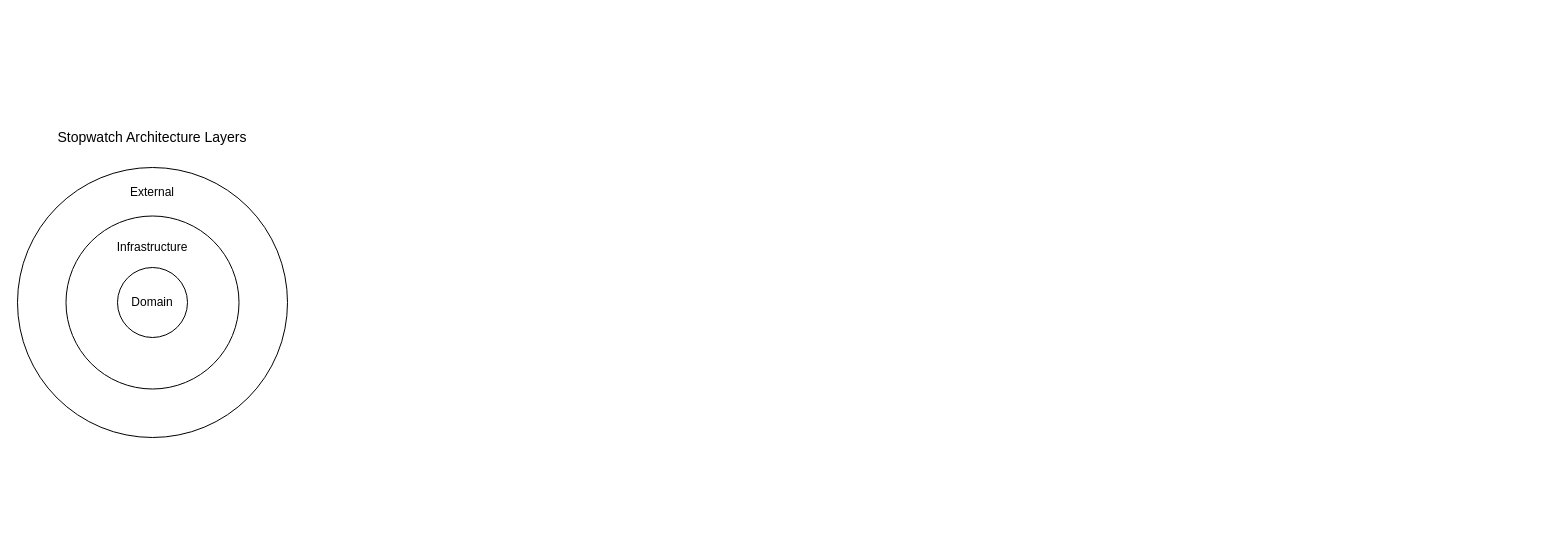
Before: docs/diagrams/architecture-layers.drawio in rafaeltmbr/Stopwatch, a draw.io diagram. Source tidied: cells renumbered, new cells numbered last; positions are measured from the earlier drawing's top-left corner, leaving out a move shared by most shapes. Both pictures are drawn from the tidied source at 100%, with x=0, y=0 at pixel (17, 127).
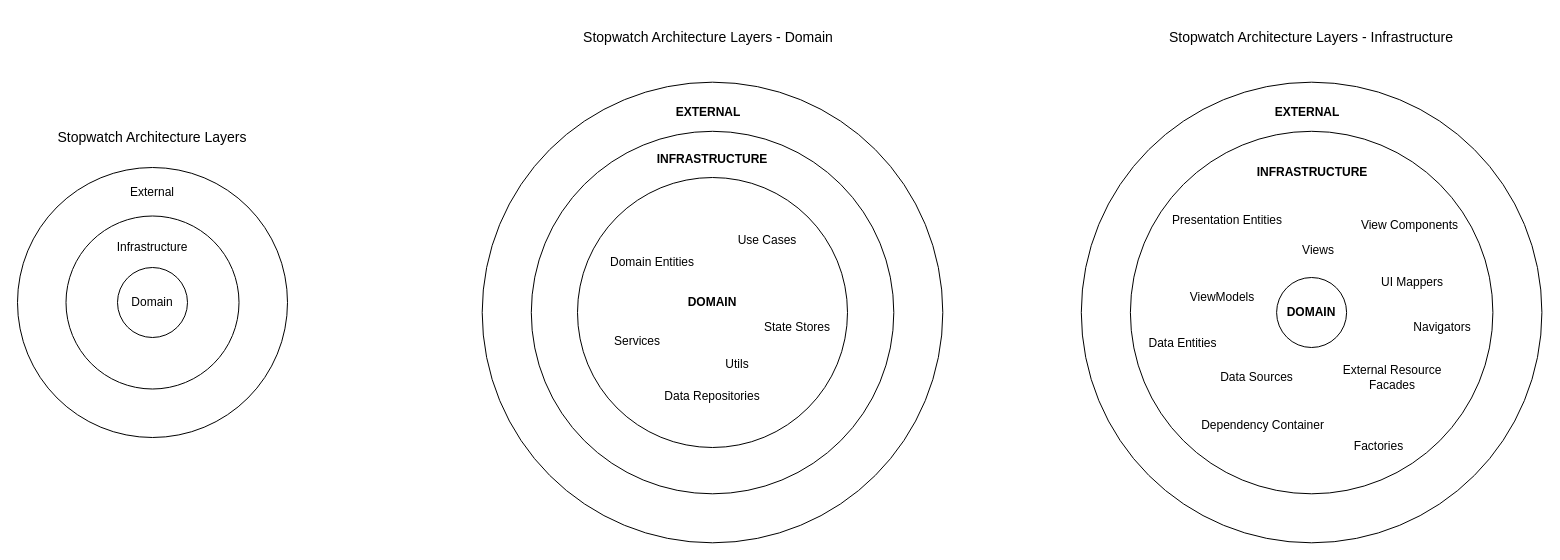
Above is the later version.

Commit message (it also covers changes not shown here):
docs: describe the infrastructure layer

What changed in the source:
```diff
@@
+    <mxCell id="8" style="ellipse;whiteSpace=wrap;html=1;fillColor=none;" parent="1" vertex="1">
+      <mxGeometry x="464.7" y="-45.3" width="460.6" height="460.6" as="geometry" />
+    </mxCell>
+    <mxCell id="9" style="ellipse;whiteSpace=wrap;html=1;fillColor=none;" parent="1" vertex="1">
+      <mxGeometry x="513.8" y="3.8" width="362.5" height="362.5" as="geometry" />
+    </mxCell>
@@
+    <mxCell id="10" style="ellipse;whiteSpace=wrap;html=1;fillColor=none;" parent="1" vertex="1">
+      <mxGeometry x="560" y="50" width="270" height="270" as="geometry" />
+    </mxCell>
+    <mxCell id="11" value="DOMAIN" style="text;html=1;strokeColor=none;fillColor=none;align=center;verticalAlign=middle;whiteSpace=wrap;rounded=0;fontStyle=1;" parent="1" vertex="1">
+      <mxGeometry x="665" y="160" width="60" height="30" as="geometry" />
+    </mxCell>
+    <mxCell id="12" value="Stopwatch Architecture Layers - Domain" style="text;html=1;strokeColor=none;fillColor=none;align=center;verticalAlign=middle;whiteSpace=wrap;rounded=0;fontSize=14;" parent="1" vertex="1">
+      <mxGeometry x="551.2" y="-110" width="280" height="40" as="geometry" />
+    </mxCell>
+    <mxCell id="13" value="Domain Entities" style="text;html=1;strokeColor=none;fillColor=none;align=center;verticalAlign=middle;whiteSpace=wrap;rounded=0;" parent="1" vertex="1">
+      <mxGeometry x="590" y="120" width="90" height="30" as="geometry" />
+    </mxCell>
+    <mxCell id="14" value="Services" style="text;html=1;strokeColor=none;fillColor=none;align=center;verticalAlign=middle;whiteSpace=wrap;rounded=0;" parent="1" vertex="1">
+      <mxGeometry x="560" y="201.5" width="120" height="25" as="geometry" />
+    </mxCell>
+    <mxCell id="15" value="Data Repositories" style="text;html=1;strokeColor=none;fillColor=none;align=center;verticalAlign=middle;whiteSpace=wrap;rounded=0;" parent="1" vertex="1">
+      <mxGeometry x="635" y="256.5" width="120" height="25" as="geometry" />
+    </mxCell>
+    <mxCell id="16" value="State Stores" style="text;html=1;strokeColor=none;fillColor=none;align=center;verticalAlign=middle;whiteSpace=wrap;rounded=0;" parent="1" vertex="1">
+      <mxGeometry x="725" y="190" width="110" height="20" as="geometry" />
+    </mxCell>
+    <mxCell id="17" value="Use Cases" style="text;html=1;strokeColor=none;fillColor=none;align=center;verticalAlign=middle;whiteSpace=wrap;rounded=0;" parent="1" vertex="1">
+      <mxGeometry x="690" y="100" width="120" height="25" as="geometry" />
+    </mxCell>
+    <mxCell id="18" value="INFRASTRUCTURE" style="text;html=1;strokeColor=none;fillColor=none;align=center;verticalAlign=middle;whiteSpace=wrap;rounded=0;fontStyle=1;" parent="1" vertex="1">
+      <mxGeometry x="630" y="17" width="130" height="30" as="geometry" />
+    </mxCell>
+    <mxCell id="19" value="EXTERNAL" style="text;html=1;strokeColor=none;fillColor=none;align=center;verticalAlign=middle;whiteSpace=wrap;rounded=0;fontStyle=1;" parent="1" vertex="1">
+      <mxGeometry x="626.2" y="-30" width="130" height="30" as="geometry" />
+    </mxCell>
+    <mxCell id="20" value="Utils" style="text;html=1;strokeColor=none;fillColor=none;align=center;verticalAlign=middle;whiteSpace=wrap;rounded=0;" parent="1" vertex="1">
+      <mxGeometry x="665" y="226.5" width="110" height="20" as="geometry" />
+    </mxCell>
+    <mxCell id="21" style="ellipse;whiteSpace=wrap;html=1;fillColor=none;" parent="1" vertex="1">
+      <mxGeometry x="1063.8" y="-45.3" width="460.6" height="460.6" as="geometry" />
+    </mxCell>
+    <mxCell id="22" style="ellipse;whiteSpace=wrap;html=1;fillColor=none;" parent="1" vertex="1">
+      <mxGeometry x="1112.9" y="3.8" width="362.5" height="362.5" as="geometry" />
+    </mxCell>
+    <mxCell id="23" value="Stopwatch Architecture Layers - Infrastructure" style="text;html=1;strokeColor=none;fillColor=none;align=center;verticalAlign=middle;whiteSpace=wrap;rounded=0;fontSize=14;" parent="1" vertex="1">
+      <mxGeometry x="1134.3" y="-110" width="319.7" height="40" as="geometry" />
+    </mxCell>
+    <mxCell id="24" value="Presentation Entities" style="text;html=1;strokeColor=none;fillColor=none;align=center;verticalAlign=middle;whiteSpace=wrap;rounded=0;" parent="1" vertex="1">
+      <mxGeometry x="1150.3" y="80" width="120" height="25" as="geometry" />
+    </mxCell>
+    <mxCell id="25" value="INFRASTRUCTURE" style="text;html=1;strokeColor=none;fillColor=none;align=center;verticalAlign=middle;whiteSpace=wrap;rounded=0;fontStyle=1;" parent="1" vertex="1">
+      <mxGeometry x="1230.3" y="30" width="130" height="30" as="geometry" />
+    </mxCell>
+    <mxCell id="26" value="EXTERNAL" style="text;html=1;strokeColor=none;fillColor=none;align=center;verticalAlign=middle;whiteSpace=wrap;rounded=0;fontStyle=1;" parent="1" vertex="1">
+      <mxGeometry x="1225.3" y="-30" width="130" height="30" as="geometry" />
+    </mxCell>
+    <mxCell id="27" value="DOMAIN" style="ellipse;whiteSpace=wrap;html=1;fillColor=none;fontStyle=1;" parent="1" vertex="1">
+      <mxGeometry x="1259.1" y="150" width="70" height="70" as="geometry" />
+    </mxCell>
+    <mxCell id="28" value="Views" style="text;html=1;strokeColor=none;fillColor=none;align=center;verticalAlign=middle;whiteSpace=wrap;rounded=0;" parent="1" vertex="1">
+      <mxGeometry x="1280.9" y="110" width="40" height="25" as="geometry" />
+    </mxCell>
+    <mxCell id="29" value="View Components" style="text;html=1;strokeColor=none;fillColor=none;align=center;verticalAlign=middle;whiteSpace=wrap;rounded=0;" parent="1" vertex="1">
+      <mxGeometry x="1340" y="80" width="104.7" height="35" as="geometry" />
+    </mxCell>
+    <mxCell id="30" value="ViewModels" style="text;html=1;strokeColor=none;fillColor=none;align=center;verticalAlign=middle;whiteSpace=wrap;rounded=0;" parent="1" vertex="1">
+      <mxGeometry x="1170" y="155" width="70" height="30" as="geometry" />
+    </mxCell>
+    <mxCell id="31" value="UI Mappers" style="text;html=1;strokeColor=none;fillColor=none;align=center;verticalAlign=middle;whiteSpace=wrap;rounded=0;" parent="1" vertex="1">
+      <mxGeometry x="1360.3" y="140" width="70" height="30" as="geometry" />
+    </mxCell>
+    <mxCell id="32" value="Navigators" style="text;html=1;strokeColor=none;fillColor=none;align=center;verticalAlign=middle;whiteSpace=wrap;rounded=0;" parent="1" vertex="1">
+      <mxGeometry x="1390" y="185" width="70" height="30" as="geometry" />
+    </mxCell>
+    <mxCell id="33" value="Data Entities" style="text;html=1;strokeColor=none;fillColor=none;align=center;verticalAlign=middle;whiteSpace=wrap;rounded=0;" parent="1" vertex="1">
+      <mxGeometry x="1114.6" y="204.5" width="100.9" height="23.5" as="geometry" />
+    </mxCell>
+    <mxCell id="34" value="Data Sources" style="text;html=1;strokeColor=none;fillColor=none;align=center;verticalAlign=middle;whiteSpace=wrap;rounded=0;" parent="1" vertex="1">
+      <mxGeometry x="1189.4" y="238" width="100.9" height="23.5" as="geometry" />
+    </mxCell>
+    <mxCell id="35" value="External Resource Facades" style="text;html=1;strokeColor=none;fillColor=none;align=center;verticalAlign=middle;whiteSpace=wrap;rounded=0;" parent="1" vertex="1">
+      <mxGeometry x="1304.7" y="233" width="140" height="33.5" as="geometry" />
+    </mxCell>
+    <mxCell id="36" value="Dependency Container" style="text;html=1;strokeColor=none;fillColor=none;align=center;verticalAlign=middle;whiteSpace=wrap;rounded=0;" parent="1" vertex="1">
+      <mxGeometry x="1170" y="284" width="150.9" height="28.5" as="geometry" />
+    </mxCell>
+    <mxCell id="37" value="Factories" style="text;html=1;strokeColor=none;fillColor=none;align=center;verticalAlign=middle;whiteSpace=wrap;rounded=0;" parent="1" vertex="1">
+      <mxGeometry x="1320.9" y="312.5" width="81.2" height="13.5" as="geometry" />
+    </mxCell>
```
